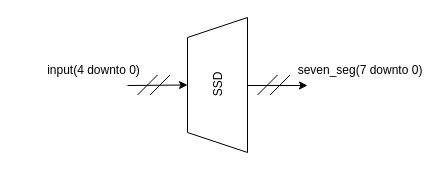
Earlier version of the draw.io diagram ssd.drawio (Gaulgeous/Stock-Market-Prediction). Source tidied: cells renumbered, new cells numbered last; positions are measured from the earlier drawing's top-left corner, leaving out a move shared by most shapes. Both pictures are drawn from the tidied source at 100%, with x=0, y=0 at pixel (37, 54).
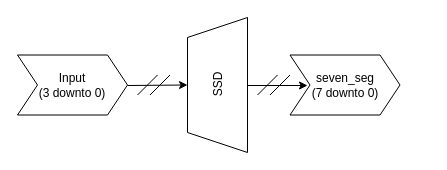
After the change.

What changed in the source:
```diff
@@
 <mxGraphModel>
   <root>
     <mxCell id="0" />
     <mxCell id="1" parent="0" />
     <mxCell id="2" value="SSD" style="shape=trapezoid;perimeter=trapezoidPerimeter;whiteSpace=wrap;html=1;fixedSize=1;rotation=-90;" parent="1" vertex="1">
       <mxGeometry x="112.5" y="0.5" width="135" height="60" as="geometry" />
     </mxCell>
     <mxCell id="3" style="group;" parent="1" vertex="1">
       <mxGeometry x="90" y="20.5" width="42.5" height="20" as="geometry" />
     </mxCell>
     <mxCell id="4" style="endArrow=classic;html=1;rounded=0;entryX=0.5;entryY=0;entryDx=0;entryDy=0;" parent="3" edge="1" target="2">
       <mxGeometry relative="1" as="geometry">
         <mxPoint y="10.5" as="sourcePoint" />
       </mxGeometry>
     </mxCell>
     <mxCell id="5" style="endArrow=none;html=1;rounded=0;" parent="3" edge="1">
       <mxGeometry relative="1" as="geometry">
         <mxPoint x="10" y="20" as="sourcePoint" />
         <mxPoint x="30" as="targetPoint" />
       </mxGeometry>
     </mxCell>
     <mxCell id="6" style="endArrow=none;html=1;rounded=0;" parent="3" edge="1">
       <mxGeometry relative="1" as="geometry">
         <mxPoint x="22.5" y="20" as="sourcePoint" />
         <mxPoint x="42.5" as="targetPoint" />
       </mxGeometry>
     </mxCell>
     <mxCell id="7" style="group;" parent="1" vertex="1">
       <mxGeometry x="210" y="20.5" width="42.5" height="20" as="geometry" />
     </mxCell>
     <mxCell id="8" style="endArrow=classic;html=1;rounded=0;" parent="7" edge="1">
       <mxGeometry relative="1" as="geometry">
         <mxPoint y="10.5" as="sourcePoint" />
         <mxPoint x="60" y="10.5" as="targetPoint" />
       </mxGeometry>
     </mxCell>
     <mxCell id="9" style="endArrow=none;html=1;rounded=0;" parent="7" edge="1">
       <mxGeometry relative="1" as="geometry">
         <mxPoint x="10" y="20" as="sourcePoint" />
         <mxPoint x="30" as="targetPoint" />
       </mxGeometry>
     </mxCell>
     <mxCell id="10" style="endArrow=none;html=1;rounded=0;" parent="7" edge="1">
       <mxGeometry relative="1" as="geometry">
         <mxPoint x="22.5" y="20" as="sourcePoint" />
         <mxPoint x="42.5" as="targetPoint" />
       </mxGeometry>
     </mxCell>
-    <mxCell id="11" value="input(4 downto 0)" style="text;html=1;strokeColor=none;fillColor=none;align=center;verticalAlign=middle;whiteSpace=wrap;rounded=0;" parent="1" vertex="1">
-      <mxGeometry y="0.5" width="112.5" height="30" as="geometry" />
-    </mxCell>
-    <mxCell id="12" value="seven_seg(7 downto 0)" style="text;html=1;strokeColor=none;fillColor=none;align=center;verticalAlign=middle;whiteSpace=wrap;rounded=0;" parent="1" vertex="1">
-      <mxGeometry x="252.5" y="0.5" width="140" height="30" as="geometry" />
-    </mxCell>
+    <mxCell id="13" value="Input &lt;br&gt;(3 downto 0)" style="shape=step;perimeter=stepPerimeter;whiteSpace=wrap;html=1;fixedSize=1;" parent="1" vertex="1">
+      <mxGeometry x="-20" y="0.5" width="110" height="60" as="geometry" />
+    </mxCell>
+    <mxCell id="14" value="seven_seg&lt;br&gt;(7 downto 0)" style="shape=step;perimeter=stepPerimeter;whiteSpace=wrap;html=1;fixedSize=1;" parent="1" vertex="1">
+      <mxGeometry x="252.5" y="0.5" width="110" height="60" as="geometry" />
+    </mxCell>
   </root>
 </mxGraphModel>
```
